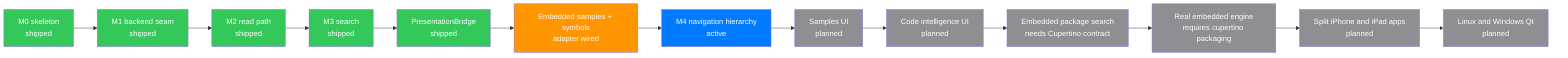
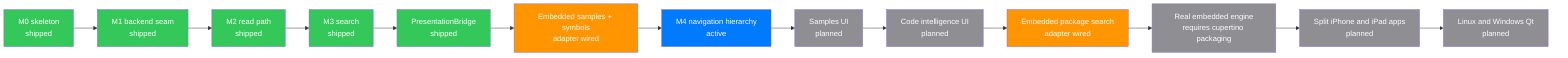
flowchart LR
    m0["M0 skeleton\nshipped"] --> m1["M1 backend seam\nshipped"]
    m1 --> m2["M2 read path\nshipped"]
    m2 --> m3["M3 search\nshipped"]
    m3 --> bridge["PresentationBridge\nshipped"]
    bridge --> slices["Embedded samples + symbols\nadapter wired"]
    slices --> nav["M4 navigation hierarchy\nactive"]
    nav --> samples["Samples UI\nplanned"]
    samples --> symbols["Code intelligence UI\nplanned"]
-     symbols --> packageReader["Embedded package search\nneeds Cupertino contract"]
+     symbols --> packageReader["Embedded package search\nadapter wired"]
    packageReader --> embedded["Real embedded engine\nrequires cupertino packaging"]
    embedded --> mobile["Split iPhone and iPad apps\nplanned"]
    mobile --> qt["Linux and Windows Qt\nplanned"]

    class m0,m1,m2,m3,bridge done
-     class slices partial
+     class slices,packageReader partial
    class nav active
-     class samples,symbols,packageReader,embedded,mobile,qt todo
+     class samples,symbols,embedded,mobile,qt todo

    classDef done    fill:#34C759,color:#FFFFFF
    classDef review  fill:#30B0C7,color:#FFFFFF
    classDef active  fill:#007AFF,color:#FFFFFF
    classDef next    fill:#5856D6,color:#FFFFFF
    classDef partial fill:#FF9500,color:#FFFFFF
    classDef todo    fill:#8E8E93,color:#FFFFFF
